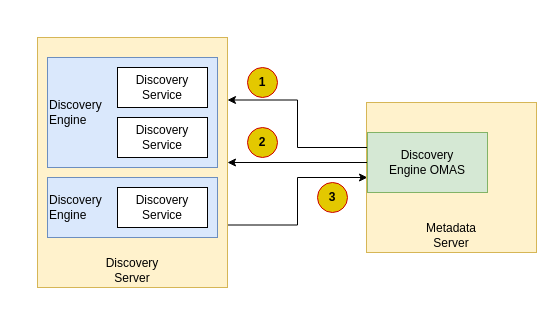
Earlier version of the draw.io diagram page "operation" (2 of 3) of open-metadata-implementation/access-services/discovery-engine/docs/discovery-engine.drawio (odpi/egeria). Source tidied: cells renumbered, new cells numbered last; positions are measured from the earlier drawing's top-left corner, leaving out a move shared by most shapes. Both pictures are drawn from the tidied source at 100%, with x=0, y=0 at pixel (37, 37).
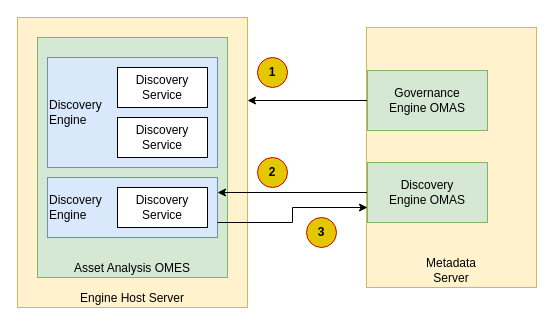
The same page after the edit.

The edit, as a diff of the source:
```diff
@@
 <mxGraphModel>
   <root>
     <mxCell id="0" />
     <mxCell id="1" parent="0" />
-    <mxCell id="2" style="edgeStyle=orthogonalEdgeStyle;rounded=0;jettySize=auto;html=1;exitX=1;exitY=0.75;exitDx=0;exitDy=0;entryX=0;entryY=0.75;entryDx=0;entryDy=0;startArrow=none;startFill=0;" parent="1" edge="1" source="3" target="7">
-      <mxGeometry relative="1" as="geometry" />
-    </mxCell>
+    <mxCell id="16" value="Engine Host Server" style="rounded=0;whiteSpace=wrap;html=1;verticalAlign=bottom;fillColor=#fff2cc;strokeColor=#d6b656;" parent="1" vertex="1">
+      <mxGeometry x="-20" y="-20" width="230" height="290" as="geometry" />
+    </mxCell>
-    <mxCell id="3" value="Discovery&lt;br&gt;Server" style="rounded=0;whiteSpace=wrap;html=1;verticalAlign=bottom;fillColor=#fff2cc;strokeColor=#d6b656;" parent="1" vertex="1">
-      <mxGeometry width="190" height="250" as="geometry" />
+    <mxCell id="3" value="Asset Analysis OMES" style="rounded=0;whiteSpace=wrap;html=1;verticalAlign=bottom;fillColor=#d5e8d4;strokeColor=#82b366;" parent="1" vertex="1">
+      <mxGeometry width="190" height="240" as="geometry" />
     </mxCell>
     <mxCell id="4" value="Metadata&lt;br&gt;Server" style="rounded=0;whiteSpace=wrap;html=1;verticalAlign=bottom;fillColor=#fff2cc;strokeColor=#d6b656;" parent="1" vertex="1">
-      <mxGeometry x="329" y="65" width="170" height="150" as="geometry" />
+      <mxGeometry x="329" y="-10" width="170" height="260" as="geometry" />
     </mxCell>
-    <mxCell id="5" style="edgeStyle=orthogonalEdgeStyle;rounded=0;jettySize=auto;html=1;exitX=0;exitY=0.25;exitDx=0;exitDy=0;entryX=1;entryY=0.25;entryDx=0;entryDy=0;" parent="1" edge="1" source="7" target="3">
-      <mxGeometry relative="1" as="geometry" />
+    <mxCell id="5" style="edgeStyle=orthogonalEdgeStyle;rounded=0;jettySize=auto;html=1;exitX=0;exitY=0.5;exitDx=0;exitDy=0;" parent="1" edge="1" source="17">
+      <mxGeometry relative="1" as="geometry">
+        <mxPoint x="210" y="63" as="targetPoint" />
+        <Array as="points">
+          <mxPoint x="330" y="63" />
+        </Array>
+      </mxGeometry>
     </mxCell>
-    <mxCell id="6" style="edgeStyle=orthogonalEdgeStyle;rounded=0;jettySize=auto;html=1;exitX=0;exitY=0.5;exitDx=0;exitDy=0;entryX=1;entryY=0.5;entryDx=0;entryDy=0;startArrow=none;startFill=0;" parent="1" edge="1" source="7" target="3">
+    <mxCell id="6" style="edgeStyle=orthogonalEdgeStyle;rounded=0;jettySize=auto;html=1;exitX=0;exitY=0.5;exitDx=0;exitDy=0;entryX=1;entryY=0.25;entryDx=0;entryDy=0;startArrow=none;startFill=0;" parent="1" edge="1" source="7" target="9">
       <mxGeometry relative="1" as="geometry" />
     </mxCell>
     <mxCell id="7" value="Discovery&lt;br&gt;Engine OMAS" style="rounded=0;whiteSpace=wrap;html=1;fillColor=#d5e8d4;strokeColor=#82b366;" parent="1" vertex="1">
-      <mxGeometry x="330" y="95" width="120" height="60" as="geometry" />
+      <mxGeometry x="330" y="125" width="120" height="60" as="geometry" />
     </mxCell>
     <mxCell id="8" value="Discovery&lt;br&gt;Engine" style="rounded=0;whiteSpace=wrap;html=1;align=left;fillColor=#dae8fc;strokeColor=#6c8ebf;" parent="1" vertex="1">
       <mxGeometry x="10" y="20" width="170" height="110" as="geometry" />
     </mxCell>
     <mxCell id="9" value="Discovery&lt;br&gt;Engine" style="rounded=0;whiteSpace=wrap;html=1;align=left;fillColor=#dae8fc;strokeColor=#6c8ebf;" parent="1" vertex="1">
       <mxGeometry x="10" y="140" width="170" height="60" as="geometry" />
     </mxCell>
     <mxCell id="10" value="Discovery&lt;br&gt;&lt;div style=&quot;&quot;&gt;&lt;span&gt;Service&lt;/span&gt;&lt;/div&gt;" style="rounded=0;whiteSpace=wrap;html=1;align=center;" parent="1" vertex="1">
       <mxGeometry x="80" y="30" width="90" height="40" as="geometry" />
     </mxCell>
     <mxCell id="11" value="Discovery&lt;br&gt;&lt;div style=&quot;&quot;&gt;&lt;span&gt;Service&lt;/span&gt;&lt;/div&gt;" style="rounded=0;whiteSpace=wrap;html=1;align=center;" parent="1" vertex="1">
       <mxGeometry x="80" y="80" width="90" height="40" as="geometry" />
     </mxCell>
     <mxCell id="12" value="Discovery&lt;br&gt;&lt;div style=&quot;&quot;&gt;&lt;span&gt;Service&lt;/span&gt;&lt;/div&gt;" style="rounded=0;whiteSpace=wrap;html=1;align=center;" parent="1" vertex="1">
       <mxGeometry x="80" y="150" width="90" height="40" as="geometry" />
     </mxCell>
     <mxCell id="13" value="1" style="ellipse;whiteSpace=wrap;html=1;align=center;fontStyle=1;fillColor=#e3c800;strokeColor=#CC0000;fontColor=#000000;" parent="1" vertex="1">
-      <mxGeometry x="210" y="30" width="30" height="30" as="geometry" />
+      <mxGeometry x="220" y="20" width="30" height="30" as="geometry" />
     </mxCell>
     <mxCell id="14" value="2" style="ellipse;whiteSpace=wrap;html=1;align=center;fontStyle=1;fillColor=#e3c800;strokeColor=#CC0000;fontColor=#000000;" parent="1" vertex="1">
-      <mxGeometry x="210" y="90" width="30" height="30" as="geometry" />
+      <mxGeometry x="220" y="120" width="30" height="30" as="geometry" />
     </mxCell>
     <mxCell id="15" value="3" style="ellipse;whiteSpace=wrap;html=1;align=center;fontStyle=1;fillColor=#e3c800;strokeColor=#CC0000;fontColor=#000000;" parent="1" vertex="1">
-      <mxGeometry x="280" y="145" width="30" height="30" as="geometry" />
+      <mxGeometry x="269" y="180" width="30" height="30" as="geometry" />
     </mxCell>
+    <mxCell id="17" value="Governance&lt;br&gt;Engine OMAS" style="rounded=0;whiteSpace=wrap;html=1;fillColor=#d5e8d4;strokeColor=#82b366;" parent="1" vertex="1">
+      <mxGeometry x="330" y="33" width="120" height="60" as="geometry" />
+    </mxCell>
+    <mxCell id="2" style="edgeStyle=orthogonalEdgeStyle;rounded=0;jettySize=auto;html=1;exitX=1;exitY=0.75;exitDx=0;exitDy=0;entryX=0;entryY=0.75;entryDx=0;entryDy=0;startArrow=none;startFill=0;" parent="1" edge="1" source="9" target="7">
+      <mxGeometry relative="1" as="geometry" />
+    </mxCell>
   </root>
 </mxGraphModel>
```
